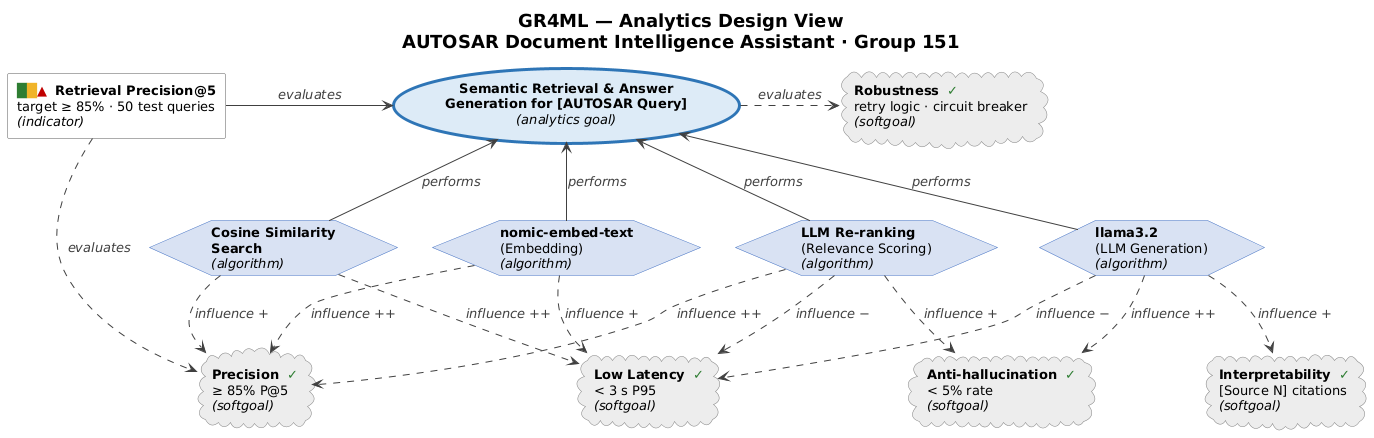
Above: docs/diagrams/analytics_design_view.png in shray028/Autosar_rag_chatbot (PlantUML), before the change. Its diagram source:
```plantuml
@startuml analytics_design_view
title <b>GR4ML — Analytics Design View</b>\nAUTOSAR Document Intelligence Assistant · Group 151

skinparam backgroundColor white
skinparam shadowing false
skinparam defaultFontName Helvetica
skinparam defaultFontSize 13
skinparam titleFontSize 18
skinparam ArrowColor #404040
skinparam ArrowFontColor #404040
skinparam ArrowFontStyle italic
skinparam usecaseBorderThickness 3

rectangle "<color:#2E7D32>█</color><color:#F0B429>█</color><color:#C00000>▲</color>  **Retrieval Precision@5**\ntarget ≥ 85% · 50 test queries\n<i>(indicator)</i>" as IND #white;line:595959

usecase "**Semantic Retrieval & Answer**\n**Generation for [AUTOSAR Query]**\n<i>(analytics goal)</i>" as AG #DDEBF7;line:2E75B6

hexagon "**nomic-embed-text**\n(Embedding)\n<i>(algorithm)</i>" as A1 #D9E2F3;line:4472C4
hexagon "**Cosine Similarity**\n**Search**\n<i>(algorithm)</i>" as A2 #D9E2F3;line:4472C4
hexagon "**llama3.2**\n(LLM Generation)\n<i>(algorithm)</i>" as A3 #D9E2F3;line:4472C4
hexagon "**LLM Re-ranking**\n(Relevance Scoring)\n<i>(algorithm)</i>" as A4 #D9E2F3;line:4472C4

cloud "**Precision**  <color:#2E7D32>✓</color>\n≥ 85% P@5\n<i>(softgoal)</i>" as SGP #EDEDED;line:7F7F7F
cloud "**Low Latency**  <color:#2E7D32>✓</color>\n< 3 s P95\n<i>(softgoal)</i>" as SGL #EDEDED;line:7F7F7F
cloud "**Anti-hallucination**  <color:#2E7D32>✓</color>\n< 5% rate\n<i>(softgoal)</i>" as SGH #EDEDED;line:7F7F7F
cloud "**Interpretability**  <color:#2E7D32>✓</color>\n[Source N] citations\n<i>(softgoal)</i>" as SGI #EDEDED;line:7F7F7F
cloud "**Robustness**  <color:#2E7D32>✓</color>\nretry logic · circuit breaker\n<i>(softgoal)</i>" as SGR #EDEDED;line:7F7F7F

IND -right-> AG : evaluates
IND ..> SGP : evaluates

A1 -up-> AG : performs
A2 -up-> AG : performs
A3 -up-> AG : performs
A4 -up-> AG : performs

AG .right.> SGR : evaluates

A1 .down.> SGP : influence ++
A1 .down.> SGL : influence +
A2 .down.> SGP : influence +
A2 .down.> SGL : influence ++
A3 .down.> SGL : influence −
A3 .down.> SGH : influence ++
A3 .down.> SGI : influence +
A4 .down.> SGP : influence ++
A4 .down.> SGL : influence −
A4 .down.> SGH : influence +

@enduml
```
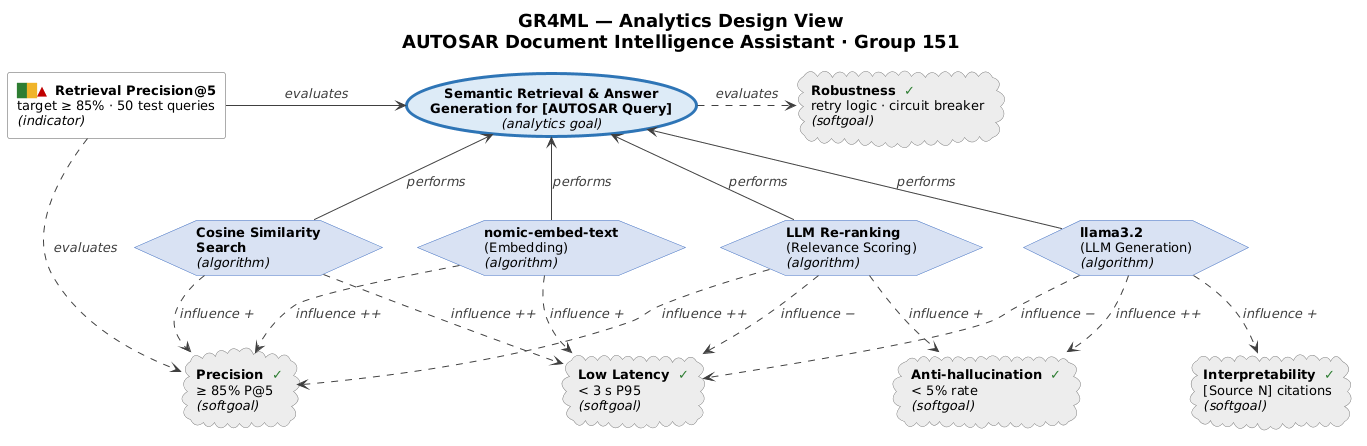
After the change.

Commit message:
addded GR4ML diagrams

Change to the diagram source:
```diff
@@ -1,4 +1,4 @@
-@startuml analytics_design_view
+@startuml
 title <b>GR4ML — Analytics Design View</b>\nAUTOSAR Document Intelligence Assistant · Group 151
 
 skinparam backgroundColor white
@@ -46,5 +46,4 @@
 A4 .down.> SGP : influence ++
 A4 .down.> SGL : influence −
 A4 .down.> SGH : influence +
-
 @enduml
```
